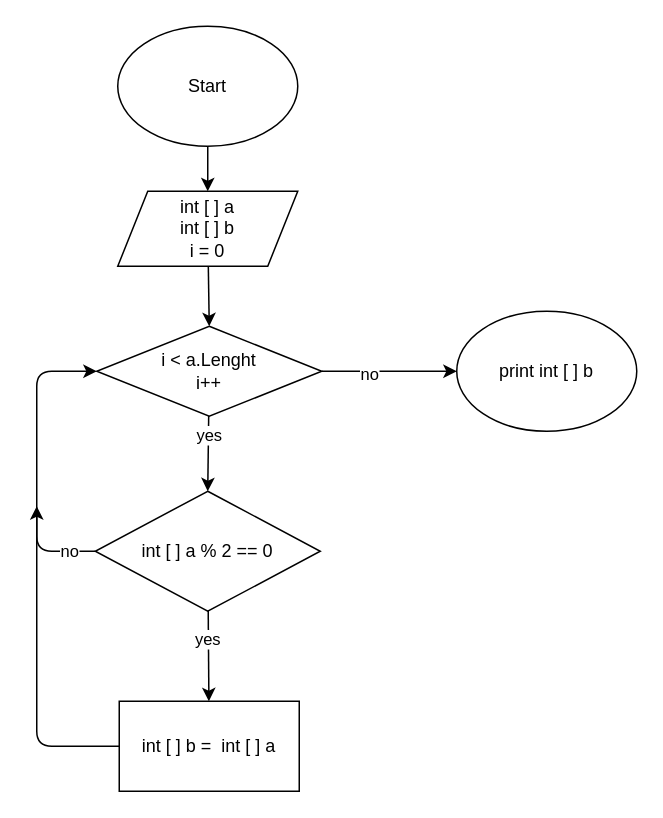
Above: MethodEvenNumbers.drawio in BuldakovaOksana/FinalVerificationWork (draw.io), before the change. Source tidied: cells renumbered, new cells numbered last; positions are measured from the earlier drawing's top-left corner, leaving out a move shared by most shapes. Both pictures are drawn from the tidied source at 150%, with x=0, y=0 at pixel (36, 26).
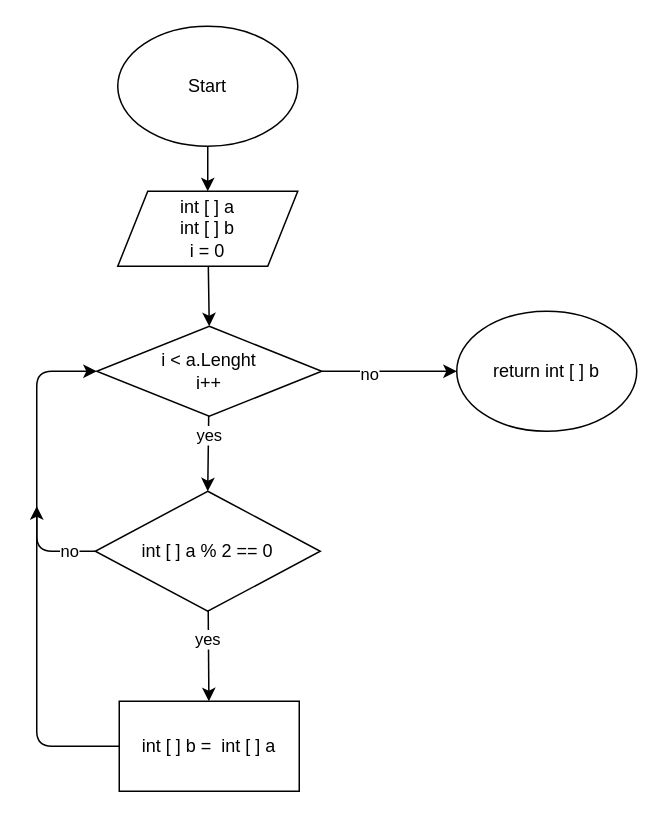
After the change.

Commit message:
changes block diagram

Diff of the diagram source:
```diff
@@
-    <mxCell id="18" value="print int [ ] b" style="ellipse;whiteSpace=wrap;html=1;" parent="1" vertex="1">
+    <mxCell id="18" value="return int [ ] b" style="ellipse;whiteSpace=wrap;html=1;" parent="1" vertex="1">
       <mxGeometry x="280" y="190" width="120" height="80" as="geometry" />
     </mxCell>
```
